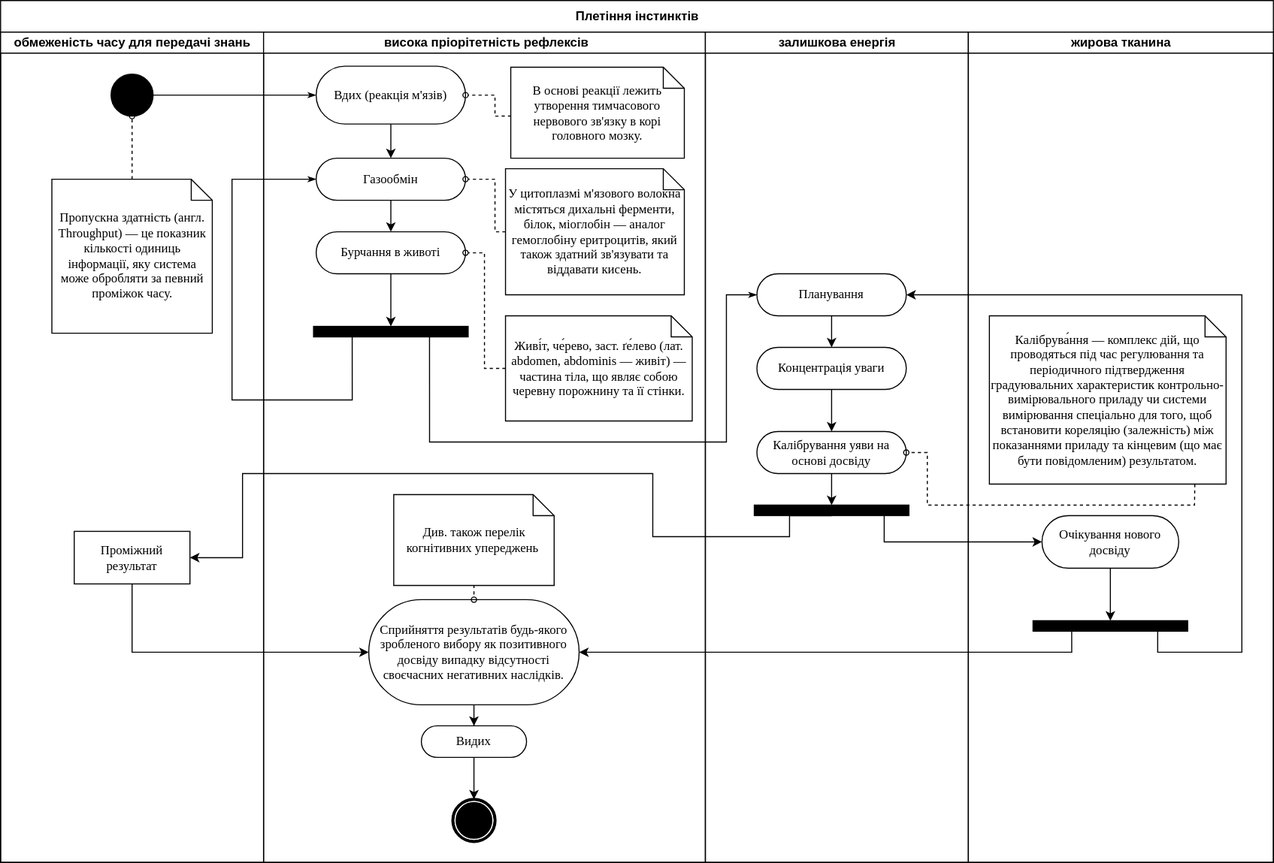
The draw.io diagram assets/svg/cxv.drawio.svg in nazar-chepliaka/trash, before a commit. Source tidied: cells renumbered, new cells last; positions are measured from the earlier drawing's top-left corner, leaving out a move shared by most shapes.
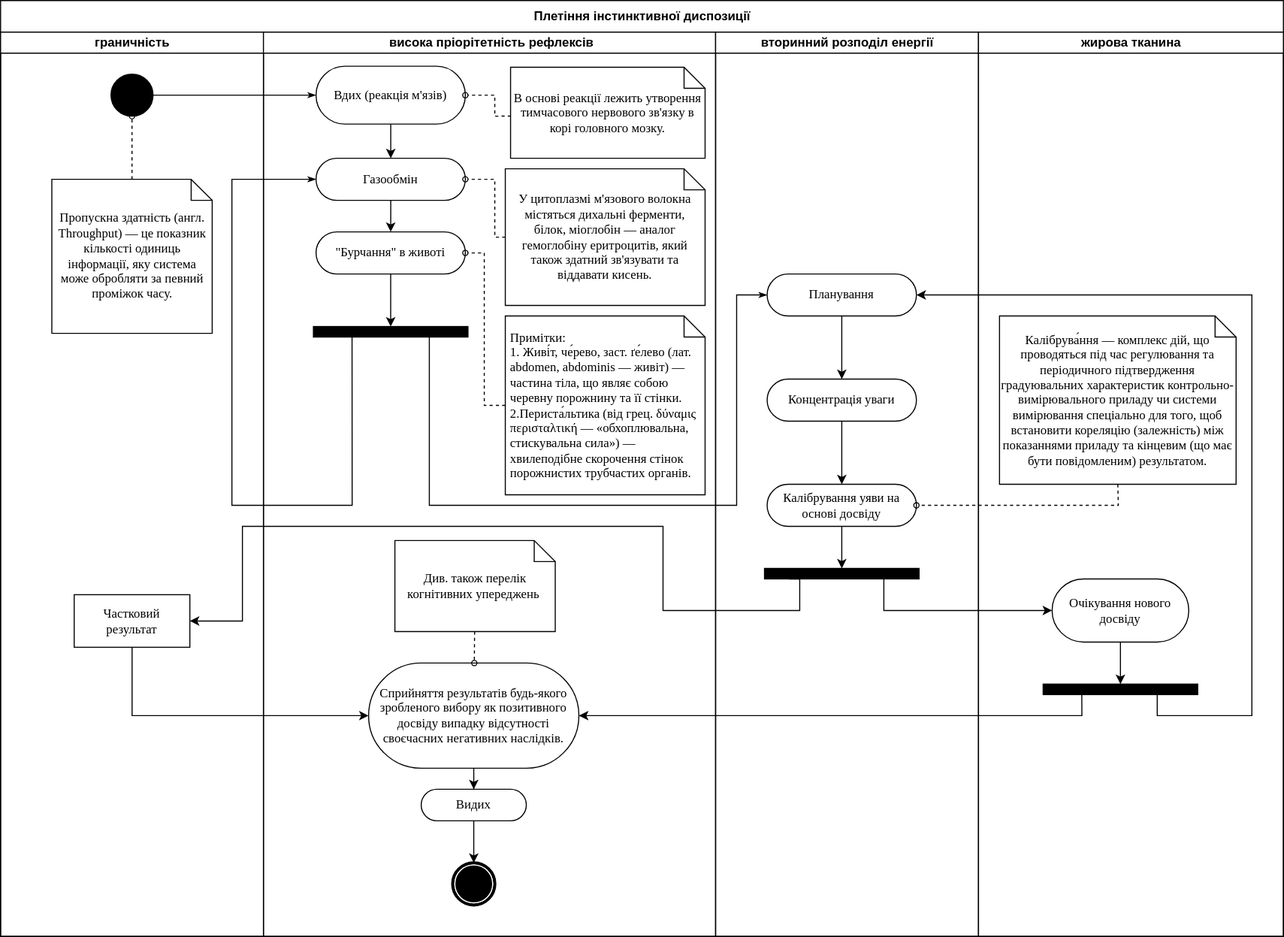
Above is the later version.

The edit, as a diff of the source:
```diff
@@ -4,7 +4,7 @@
     <mxCell id="1" parent="0" />
-    <mxCell id="2" value="&lt;span style=&quot;font-family: &amp;#34;helvetica&amp;#34;&quot;&gt;Плетіння інстинктів&lt;/span&gt;" style="swimlane;html=1;startSize=30;rounded=0;shadow=0;comic=0;labelBackgroundColor=none;strokeWidth=1;fontFamily=Verdana;fontSize=12;align=center;" parent="1" vertex="1">
-      <mxGeometry width="1210" height="820" as="geometry" />
+    <mxCell id="2" value="&lt;span style=&quot;font-family: &amp;quot;helvetica&amp;quot;&quot;&gt;Плетіння&amp;nbsp;&lt;/span&gt;&lt;font face=&quot;helvetica&quot;&gt;інстинктивної диспозиції&lt;/font&gt;" style="swimlane;html=1;startSize=30;rounded=0;shadow=0;comic=0;labelBackgroundColor=none;strokeWidth=1;fontFamily=Verdana;fontSize=12;align=center;" parent="1" vertex="1">
+      <mxGeometry width="1220" height="890" as="geometry" />
     </mxCell>
-    <mxCell id="3" value="обмеженість часу для передачі знань" style="swimlane;html=1;startSize=20;" parent="2" vertex="1">
-      <mxGeometry y="30" width="250" height="790" as="geometry" />
+    <mxCell id="3" value="граничність" style="swimlane;html=1;startSize=20;" parent="2" vertex="1">
+      <mxGeometry y="30" width="250" height="860" as="geometry" />
     </mxCell>
@@ -13,4 +13,4 @@
     </mxCell>
-    <mxCell id="5" value="Проміжний результат" style="rounded=0;whiteSpace=wrap;html=1;shadow=0;comic=0;labelBackgroundColor=none;strokeWidth=1;fontFamily=Verdana;fontSize=12;align=center;arcSize=50;" parent="3" vertex="1">
-      <mxGeometry x="70" y="475" width="110" height="50" as="geometry" />
+    <mxCell id="5" value="Частковий &lt;br&gt;результат" style="rounded=0;whiteSpace=wrap;html=1;shadow=0;comic=0;labelBackgroundColor=none;strokeWidth=1;fontFamily=Verdana;fontSize=12;align=center;arcSize=50;" parent="3" vertex="1">
+      <mxGeometry x="70" y="535" width="110" height="50" as="geometry" />
     </mxCell>
@@ -23,3 +23,3 @@
     <mxCell id="8" value="&amp;nbsp;висока пріорітетність рефлексів" style="swimlane;html=1;startSize=20;" parent="2" vertex="1">
-      <mxGeometry x="250" y="30" width="420" height="790" as="geometry" />
+      <mxGeometry x="250" y="30" width="430" height="860" as="geometry" />
     </mxCell>
@@ -41,3 +41,3 @@
     <mxCell id="14" value="В основі реакції лежить утворення тимчасового нервового зв'язку в корі головного мозку." style="shape=note;whiteSpace=wrap;html=1;rounded=0;shadow=0;comic=0;labelBackgroundColor=none;strokeWidth=1;fontFamily=Verdana;fontSize=12;align=center;size=20;" parent="8" vertex="1">
-      <mxGeometry x="235" y="33.5" width="165" height="86.5" as="geometry" />
+      <mxGeometry x="235" y="33.5" width="185" height="86.5" as="geometry" />
     </mxCell>
@@ -54,3 +54,3 @@
     </mxCell>
-    <mxCell id="17" value="Бурчання в животі" style="rounded=1;whiteSpace=wrap;html=1;shadow=0;comic=0;labelBackgroundColor=none;strokeWidth=1;fontFamily=Verdana;fontSize=12;align=center;arcSize=50;" parent="8" vertex="1">
+    <mxCell id="17" value="&quot;Бурчання&quot; в животі" style="rounded=1;whiteSpace=wrap;html=1;shadow=0;comic=0;labelBackgroundColor=none;strokeWidth=1;fontFamily=Verdana;fontSize=12;align=center;arcSize=50;" parent="8" vertex="1">
       <mxGeometry x="50" y="190" width="142" height="40" as="geometry" />
@@ -60,4 +60,4 @@
         <Array as="points">
-          <mxPoint x="84" y="350" />
-          <mxPoint x="-30" y="350" />
+          <mxPoint x="84" y="450" />
+          <mxPoint x="-30" y="450" />
           <mxPoint x="-30" y="140" />
@@ -67,6 +67,6 @@
     <mxCell id="19" value="Сприйняття результатів будь-якого зробленого вибору як позитивного досвіду випадку відсутності своєчасних негативних наслідків." style="rounded=1;whiteSpace=wrap;html=1;shadow=0;comic=0;labelBackgroundColor=none;strokeWidth=1;fontFamily=Verdana;fontSize=12;align=center;arcSize=50;" parent="8" vertex="1">
-      <mxGeometry x="100" y="540" width="200" height="100" as="geometry" />
+      <mxGeometry x="100" y="600" width="200" height="100" as="geometry" />
     </mxCell>
     <mxCell id="20" style="shape=mxgraph.bpmn.shape;html=1;verticalLabelPosition=bottom;labelBackgroundColor=#ffffff;verticalAlign=top;perimeter=ellipsePerimeter;outline=end;symbol=terminate;rounded=0;shadow=0;comic=0;strokeWidth=1;fontFamily=Verdana;fontSize=12;align=center;" parent="8" vertex="1">
-      <mxGeometry x="180" y="730" width="40" height="40" as="geometry" />
+      <mxGeometry x="180" y="790" width="40" height="40" as="geometry" />
     </mxCell>
@@ -76,3 +76,3 @@
     <mxCell id="22" value="Видих" style="rounded=1;whiteSpace=wrap;html=1;shadow=0;comic=0;labelBackgroundColor=none;strokeWidth=1;fontFamily=Verdana;fontSize=12;align=center;arcSize=50;" parent="8" vertex="1">
-      <mxGeometry x="150" y="660" width="100" height="30" as="geometry" />
+      <mxGeometry x="150" y="720" width="100" height="30" as="geometry" />
     </mxCell>
@@ -81,10 +81,5 @@
     </mxCell>
-    <mxCell id="24" style="edgeStyle=none;rounded=0;html=1;dashed=1;labelBackgroundColor=none;startArrow=none;startFill=0;startSize=5;endArrow=oval;endFill=0;endSize=5;jettySize=auto;strokeWidth=1;fontFamily=Verdana;fontSize=12;" parent="8" edge="1" target="19">
-      <mxGeometry relative="1" as="geometry">
-        <mxPoint x="200" y="490" as="sourcePoint" />
-      </mxGeometry>
+    <mxCell id="24" style="edgeStyle=none;rounded=0;html=1;dashed=1;labelBackgroundColor=none;startArrow=none;startFill=0;startSize=5;endArrow=oval;endFill=0;endSize=5;jettySize=auto;strokeWidth=1;fontFamily=Verdana;fontSize=12;" parent="8" edge="1" source="25" target="19">
+      <mxGeometry relative="1" as="geometry" />
     </mxCell>
-    <mxCell id="25" value="Див. також перелік когнітивних упереджень&amp;nbsp;" style="shape=note;whiteSpace=wrap;html=1;rounded=0;shadow=0;comic=0;labelBackgroundColor=none;strokeWidth=1;fontFamily=Verdana;fontSize=12;align=center;size=20;" parent="8" vertex="1">
-      <mxGeometry x="123.8" y="440" width="152.5" height="86.5" as="geometry" />
-    </mxCell>
     <mxCell id="26" style="edgeStyle=none;rounded=0;html=1;dashed=1;labelBackgroundColor=none;startArrow=none;startFill=0;startSize=5;endArrow=oval;endFill=0;endSize=5;jettySize=auto;strokeWidth=1;fontFamily=Verdana;fontSize=12;exitX=0;exitY=0.5;exitDx=0;exitDy=0;exitPerimeter=0;" parent="8" edge="1" source="27" target="12">
@@ -92,3 +87,3 @@
         <Array as="points">
-          <mxPoint x="220" y="190" />
+          <mxPoint x="220" y="195" />
           <mxPoint x="220" y="140" />
@@ -97,4 +92,4 @@
     </mxCell>
-    <mxCell id="27" value="У цитоплазмі м'язового волокна містяться дихальні ферменти, білок, міоглобін — аналог гемоглобіну еритроцитів, який також здатний зв'язувати та віддавати кисень." style="shape=note;whiteSpace=wrap;html=1;rounded=0;shadow=0;comic=0;labelBackgroundColor=none;strokeWidth=1;fontFamily=Verdana;fontSize=12;align=center;size=20;" parent="8" vertex="1">
-      <mxGeometry x="230" y="130" width="170" height="120" as="geometry" />
+    <mxCell id="27" value="У цитоплазмі м'язового волокна містяться дихальні ферменти, &lt;br&gt;білок, міоглобін — аналог гемоглобіну еритроцитів, який також здатний зв'язувати та віддавати кисень." style="shape=note;whiteSpace=wrap;html=1;rounded=0;shadow=0;comic=0;labelBackgroundColor=none;strokeWidth=1;fontFamily=Verdana;fontSize=12;align=center;size=20;" parent="8" vertex="1">
+      <mxGeometry x="230" y="130" width="190" height="130" as="geometry" />
     </mxCell>
@@ -103,3 +98,3 @@
         <Array as="points">
-          <mxPoint x="210" y="320" />
+          <mxPoint x="210" y="355" />
           <mxPoint x="210" y="210" />
@@ -108,7 +103,10 @@
     </mxCell>
-    <mxCell id="29" value="Живі́т, че́рево, заст. ґе́лево (лат. abdomen, abdominis — живіт) — частина тіла, що являє собою черевну порожнину та її стінки." style="shape=note;whiteSpace=wrap;html=1;rounded=0;shadow=0;comic=0;labelBackgroundColor=none;strokeWidth=1;fontFamily=Verdana;fontSize=12;align=center;size=20;" parent="8" vertex="1">
-      <mxGeometry x="230" y="270" width="177.5" height="100" as="geometry" />
+    <mxCell id="29" value="&amp;nbsp;Примітки:&lt;br&gt;&amp;nbsp;1. Живі́т, че́рево, заст. ґе́лево (лат.&amp;nbsp; &lt;br&gt;&amp;nbsp;abdomen, abdominis — живіт) — &lt;br&gt;&amp;nbsp;частина тіла, що являє собою &lt;br&gt;&amp;nbsp;черевну порожнину та її стінки.&lt;br&gt;&amp;nbsp;2.Периста́льтика (від грец. δύναμις &lt;br&gt;&amp;nbsp;περισταλτική — «обхоплювальна, &lt;br&gt;&amp;nbsp;стискувальна сила») — &lt;br&gt;&amp;nbsp;хвилеподібне скорочення стінок &lt;br&gt;&amp;nbsp;порожнистих трубчастих органів." style="shape=note;whiteSpace=wrap;html=1;rounded=0;shadow=0;comic=0;labelBackgroundColor=none;strokeWidth=1;fontFamily=Verdana;fontSize=12;align=left;size=20;" parent="8" vertex="1">
+      <mxGeometry x="230" y="270" width="190" height="170" as="geometry" />
     </mxCell>
+    <mxCell id="25" value="Див. також перелік когнітивних упереджень&amp;nbsp;" style="shape=note;whiteSpace=wrap;html=1;rounded=0;shadow=0;comic=0;labelBackgroundColor=none;strokeWidth=1;fontFamily=Verdana;fontSize=12;align=center;size=20;" parent="8" vertex="1">
+      <mxGeometry x="125" y="483.5" width="152.5" height="86.5" as="geometry" />
+    </mxCell>
-    <mxCell id="30" value="залишкова енергія" style="swimlane;html=1;startSize=20;" parent="2" vertex="1">
-      <mxGeometry x="670" y="30" width="250" height="790" as="geometry" />
+    <mxCell id="30" value="вторинний розподіл енергії" style="swimlane;html=1;startSize=20;" parent="2" vertex="1">
+      <mxGeometry x="680" y="30" width="250" height="860" as="geometry" />
     </mxCell>
@@ -121,3 +119,3 @@
     <mxCell id="33" style="whiteSpace=wrap;html=1;rounded=0;shadow=0;comic=0;labelBackgroundColor=none;strokeWidth=1;fillColor=#000000;fontFamily=Verdana;fontSize=12;align=center;rotation=0;" parent="30" vertex="1">
-      <mxGeometry x="46.5" y="450" width="147" height="10" as="geometry" />
+      <mxGeometry x="46.5" y="510" width="147" height="10" as="geometry" />
     </mxCell>
@@ -127,3 +125,3 @@
     <mxCell id="35" value="Концентрація уваги" style="rounded=1;whiteSpace=wrap;html=1;shadow=0;comic=0;labelBackgroundColor=none;strokeWidth=1;fontFamily=Verdana;fontSize=12;align=center;arcSize=50;" parent="30" vertex="1">
-      <mxGeometry x="49" y="300" width="142" height="40" as="geometry" />
+      <mxGeometry x="49" y="330" width="142" height="40" as="geometry" />
     </mxCell>
@@ -133,6 +131,6 @@
     <mxCell id="37" value="Калібрування уяви на основі досвіду" style="rounded=1;whiteSpace=wrap;html=1;shadow=0;comic=0;labelBackgroundColor=none;strokeWidth=1;fontFamily=Verdana;fontSize=12;align=center;arcSize=50;" parent="30" vertex="1">
-      <mxGeometry x="49" y="380" width="142" height="40" as="geometry" />
+      <mxGeometry x="49" y="430" width="142" height="40" as="geometry" />
     </mxCell>
     <mxCell id="38" value="жирова тканина" style="swimlane;html=1;startSize=20;" parent="2" vertex="1">
-      <mxGeometry x="920" y="30" width="290" height="790" as="geometry" />
+      <mxGeometry x="930" y="30" width="290" height="860" as="geometry" />
     </mxCell>
@@ -142,6 +140,6 @@
     <mxCell id="40" value="Очікування нового досвіду" style="rounded=1;whiteSpace=wrap;html=1;shadow=0;comic=0;labelBackgroundColor=none;strokeWidth=1;fontFamily=Verdana;fontSize=12;align=center;arcSize=50;" parent="38" vertex="1">
-      <mxGeometry x="70" y="460" width="130" height="50" as="geometry" />
+      <mxGeometry x="70" y="520" width="130" height="60" as="geometry" />
     </mxCell>
     <mxCell id="41" style="whiteSpace=wrap;html=1;rounded=0;shadow=0;comic=0;labelBackgroundColor=none;strokeWidth=1;fillColor=#000000;fontFamily=Verdana;fontSize=12;align=center;rotation=0;" parent="38" vertex="1">
-      <mxGeometry x="61.5" y="560" width="147" height="10" as="geometry" />
+      <mxGeometry x="61.5" y="620" width="147" height="10" as="geometry" />
     </mxCell>
@@ -156,5 +154,5 @@
         <Array as="points">
-          <mxPoint x="408" y="420" />
-          <mxPoint x="690" y="420" />
-          <mxPoint x="690" y="280" />
+          <mxPoint x="408" y="480" />
+          <mxPoint x="700" y="480" />
+          <mxPoint x="700" y="280" />
         </Array>
@@ -162,11 +160,12 @@
     </mxCell>
-    <mxCell id="45" style="edgeStyle=orthogonalEdgeStyle;rounded=0;jettySize=auto;html=1;entryX=1;entryY=0.5;entryDx=0;entryDy=0;exitX=0.5;exitY=1;exitDx=0;exitDy=0;" parent="2" edge="1" source="33" target="5">
+    <mxCell id="45" style="edgeStyle=orthogonalEdgeStyle;rounded=0;jettySize=auto;html=1;entryX=1;entryY=0.5;entryDx=0;entryDy=0;" parent="2" edge="1" target="5">
       <mxGeometry relative="1" as="geometry">
+        <mxPoint x="750" y="550" as="sourcePoint" />
         <Array as="points">
-          <mxPoint x="750" y="490" />
-          <mxPoint x="750" y="510" />
-          <mxPoint x="620" y="510" />
-          <mxPoint x="620" y="450" />
-          <mxPoint x="230" y="450" />
-          <mxPoint x="230" y="530" />
+          <mxPoint x="760" y="550" />
+          <mxPoint x="760" y="580" />
+          <mxPoint x="630" y="580" />
+          <mxPoint x="630" y="500" />
+          <mxPoint x="230" y="500" />
+          <mxPoint x="230" y="590" />
         </Array>
@@ -177,3 +176,3 @@
         <Array as="points">
-          <mxPoint x="840" y="515" />
+          <mxPoint x="840" y="580" />
         </Array>
@@ -184,5 +183,5 @@
         <Array as="points">
-          <mxPoint x="1100" y="620" />
-          <mxPoint x="1180" y="620" />
-          <mxPoint x="1180" y="280" />
+          <mxPoint x="1100" y="680" />
+          <mxPoint x="1190" y="680" />
+          <mxPoint x="1190" y="280" />
         </Array>
@@ -193,3 +192,3 @@
         <Array as="points">
-          <mxPoint x="1018" y="620" />
+          <mxPoint x="1028" y="680" />
         </Array>
@@ -200,3 +199,3 @@
         <Array as="points">
-          <mxPoint x="125" y="620" />
+          <mxPoint x="125" y="680" />
         </Array>
@@ -204,8 +203,7 @@
     </mxCell>
-    <mxCell id="50" style="edgeStyle=none;rounded=0;html=1;dashed=1;labelBackgroundColor=none;startArrow=none;startFill=0;startSize=5;endArrow=oval;endFill=0;endSize=5;jettySize=auto;strokeWidth=1;fontFamily=Verdana;fontSize=12;exitX=0.868;exitY=1;exitDx=0;exitDy=0;exitPerimeter=0;" parent="2" edge="1" source="42" target="37">
+    <mxCell id="50" style="edgeStyle=none;rounded=0;html=1;dashed=1;labelBackgroundColor=none;startArrow=none;startFill=0;startSize=5;endArrow=oval;endFill=0;endSize=5;jettySize=auto;strokeWidth=1;fontFamily=Verdana;fontSize=12;exitX=0.5;exitY=1;exitDx=0;exitDy=0;exitPerimeter=0;entryX=1;entryY=0.5;entryDx=0;entryDy=0;" parent="2" edge="1" source="42" target="37">
       <mxGeometry relative="1" as="geometry">
         <Array as="points">
-          <mxPoint x="1135" y="480" />
+          <mxPoint x="1063" y="480" />
           <mxPoint x="881" y="480" />
-          <mxPoint x="881" y="430" />
         </Array>
```
